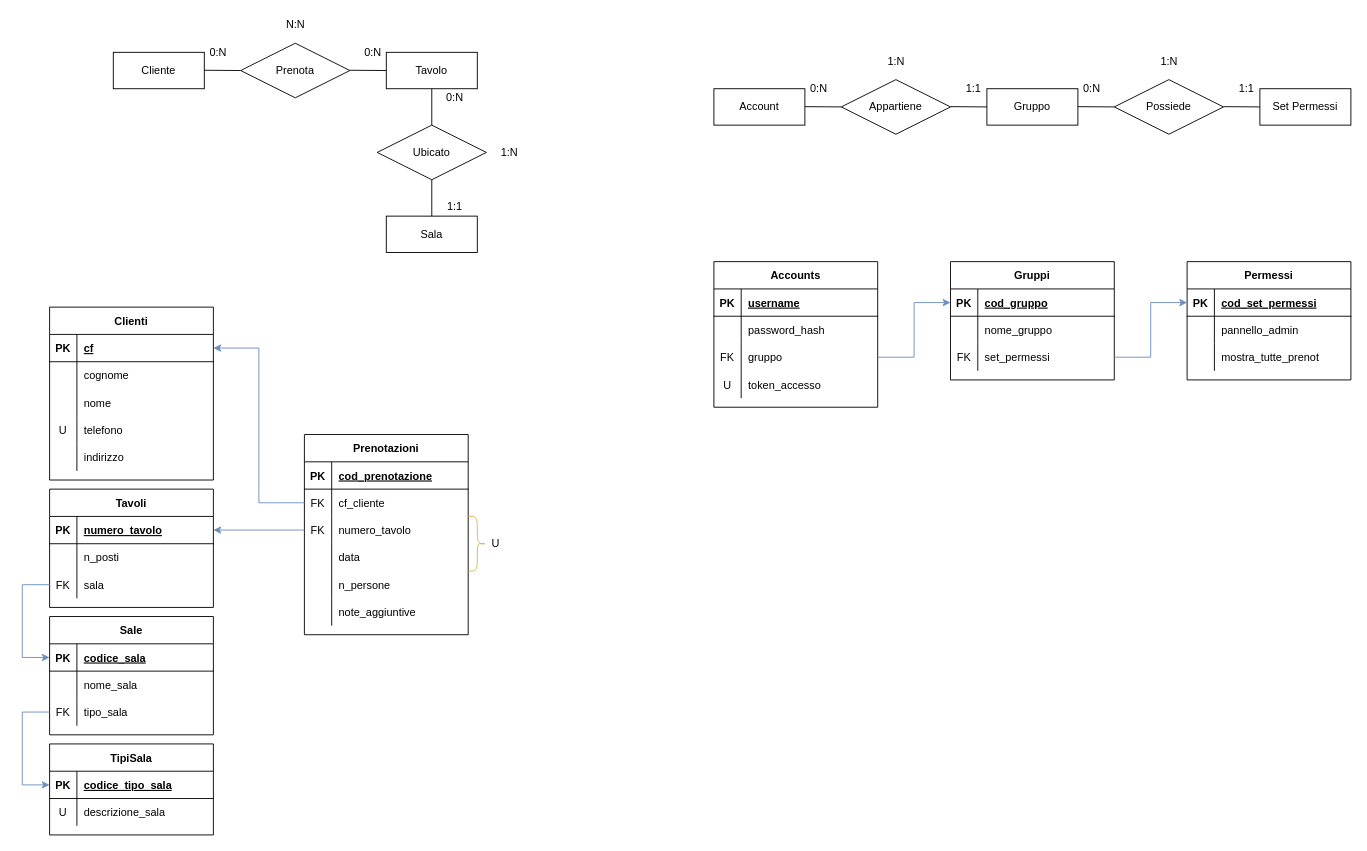
Lexi115/restaurant-app keeps this draw.io diagram as misc/diagrams.drawio. Above is the earlier version. Source tidied: cells renumbered, new cells numbered last; positions are measured from the earlier drawing's top-left corner, leaving out a move shared by most shapes. Both pictures are drawn from the tidied source at 91%, with x=0, y=0 at pixel (22, 15).
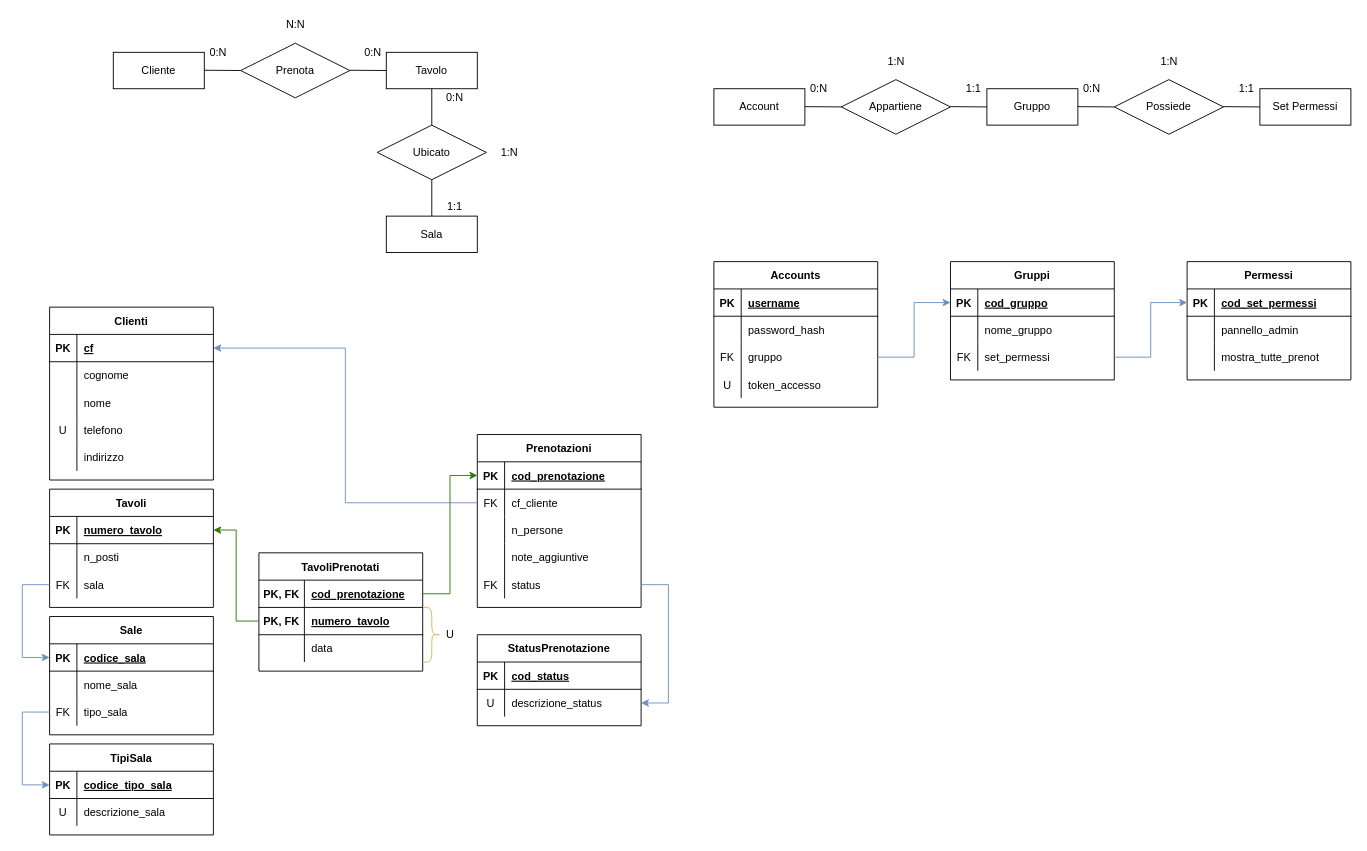
Above is the later version.

The change refers to these unchanged cells:
```xml
<mxCell id="27" style="shape=partialRectangle;fillColor=none;top=0;left=0;bottom=1;right=0;points=[[0,0.5],[1,0.5]];portConstraint=eastwest;" parent="26" vertex="1">
  <mxGeometry y="30" width="180" height="30" as="geometry" />
</mxCell>
<mxCell id="47" style="shape=partialRectangle;fillColor=none;top=0;left=0;bottom=1;right=0;points=[[0,0.5],[1,0.5]];portConstraint=eastwest;" parent="46" vertex="1">
  <mxGeometry y="30" width="180" height="30" as="geometry" />
</mxCell>
```

The edit, as a diff of the source:
```diff
@@
     <mxCell id="46" value="Prenotazioni" style="shape=table;startSize=30;childLayout=tableLayout;rowLines=0;fontStyle=1;align=center;" parent="1" vertex="1">
-      <mxGeometry x="310" y="460" width="180" height="220" as="geometry" />
+      <mxGeometry x="500" y="460" width="180" height="190" as="geometry" />
     </mxCell>
@@
-    <mxCell id="53" style="shape=partialRectangle;fillColor=none;top=0;left=0;bottom=0;right=0;points=[[0,0.5],[1,0.5]];portConstraint=eastwest;" parent="46" vertex="1">
-      <mxGeometry y="90" width="180" height="30" as="geometry" />
-    </mxCell>
-    <mxCell id="54" value="FK" style="shape=partialRectangle;fillColor=none;top=0;left=0;bottom=0;right=0;overflow=hidden;" parent="53" vertex="1">
-      <mxGeometry width="30" height="30" as="geometry" />
-    </mxCell>
-    <mxCell id="55" value="numero_tavolo" style="shape=partialRectangle;fillColor=none;top=0;left=0;bottom=0;right=0;align=left;spacingLeft=6;overflow=hidden;" parent="53" vertex="1">
-      <mxGeometry x="30" width="150" height="30" as="geometry" />
-    </mxCell>
-    <mxCell id="56" style="shape=partialRectangle;fillColor=none;top=0;left=0;bottom=0;right=0;" parent="46" vertex="1">
-      <mxGeometry y="120" width="180" height="30" as="geometry" />
-    </mxCell>
-    <mxCell id="57" style="shape=partialRectangle;fillColor=none;top=0;left=0;bottom=0;right=0;overflow=hidden;" parent="56" vertex="1">
-      <mxGeometry width="30" height="30" as="geometry" />
-    </mxCell>
-    <mxCell id="58" value="data" style="shape=partialRectangle;fillColor=none;top=0;left=0;bottom=0;right=0;align=left;spacingLeft=6;overflow=hidden;" parent="56" vertex="1">
-      <mxGeometry x="30" width="150" height="30" as="geometry" />
-    </mxCell>
     <mxCell id="59" style="shape=partialRectangle;fillColor=none;top=0;left=0;bottom=0;right=0;" parent="46" vertex="1">
-      <mxGeometry y="150" width="180" height="30" as="geometry" />
+      <mxGeometry y="90" width="180" height="30" as="geometry" />
     </mxCell>
@@
     <mxCell id="62" style="shape=partialRectangle;fillColor=none;top=0;left=0;bottom=0;right=0;" parent="46" vertex="1">
-      <mxGeometry y="180" width="180" height="30" as="geometry" />
+      <mxGeometry y="120" width="180" height="30" as="geometry" />
     </mxCell>
@@
-    <mxCell id="65" style="shape=curlyBracket;whiteSpace=wrap;html=1;rounded=1;flipH=1;fillColor=#fff2cc;strokeColor=#d6b656;" parent="1" vertex="1">
-      <mxGeometry x="490" y="550" width="20" height="60" as="geometry" />
-    </mxCell>
-    <mxCell id="66" value="U" style="text;html=1;align=center;verticalAlign=middle;strokeColor=none;" parent="1" vertex="1">
-      <mxGeometry x="510" y="570" width="20" height="20" as="geometry" />
-    </mxCell>
+    <mxCell id="135" style="shape=partialRectangle;fillColor=none;top=0;left=0;bottom=0;right=0;points=[[0,0.5],[1,0.5]];portConstraint=eastwest;" parent="46" vertex="1">
+      <mxGeometry y="150" width="180" height="30" as="geometry" />
+    </mxCell>
+    <mxCell id="54" value="FK" style="shape=partialRectangle;fillColor=none;top=0;left=0;bottom=0;right=0;overflow=hidden;" parent="135" vertex="1">
+      <mxGeometry width="30" height="30" as="geometry" />
+    </mxCell>
+    <mxCell id="136" value="status" style="shape=partialRectangle;fillColor=none;top=0;left=0;bottom=0;right=0;align=left;spacingLeft=6;overflow=hidden;" parent="135" vertex="1">
+      <mxGeometry x="30" width="150" height="30" as="geometry" />
+    </mxCell>
@@
-    <mxCell id="68" style="edgeStyle=orthogonalEdgeStyle;rounded=0;comic=0;sketch=0;jumpStyle=none;html=1;exitX=0;exitY=0.5;exitDx=0;exitDy=0;entryX=1;entryY=0.5;entryDx=0;entryDy=0;strokeColor=#6c8ebf;fillColor=#dae8fc;" parent="1" edge="1" source="53" target="27">
+    <mxCell id="68" style="edgeStyle=orthogonalEdgeStyle;rounded=0;comic=0;sketch=0;jumpStyle=none;html=1;exitX=0;exitY=0.5;exitDx=0;exitDy=0;entryX=1;entryY=0.5;entryDx=0;entryDy=0;strokeColor=#6c8ebf;fillColor=#dae8fc;" parent="1" edge="1" target="27">
       <mxGeometry relative="1" as="geometry" />
     </mxCell>
@@
+    <mxCell id="137" value="TavoliPrenotati" style="shape=table;startSize=30;childLayout=tableLayout;rowLines=0;fontStyle=1;align=center;fillColor=none;" parent="1" vertex="1">
+      <mxGeometry x="260" y="590" width="180" height="130" as="geometry" />
+    </mxCell>
+    <mxCell id="138" style="shape=partialRectangle;fillColor=none;top=0;left=0;bottom=1;right=0;points=[[0,0.5],[1,0.5]];portConstraint=eastwest;" parent="137" vertex="1">
+      <mxGeometry y="30" width="180" height="30" as="geometry" />
+    </mxCell>
+    <mxCell id="139" value="PK, FK" style="shape=partialRectangle;fillColor=none;top=0;left=0;bottom=0;right=0;fontStyle=1;overflow=hidden;" parent="138" vertex="1">
+      <mxGeometry width="50" height="30" as="geometry" />
+    </mxCell>
+    <mxCell id="140" value="cod_prenotazione" style="shape=partialRectangle;fillColor=none;top=0;left=0;bottom=0;right=0;align=left;spacingLeft=6;fontStyle=5;overflow=hidden;" parent="138" vertex="1">
+      <mxGeometry x="50" width="130" height="30" as="geometry" />
+    </mxCell>
+    <mxCell id="141" style="shape=partialRectangle;fillColor=none;top=0;left=0;bottom=1;right=0;points=[[0,0.5],[1,0.5]];portConstraint=eastwest;" parent="137" vertex="1">
+      <mxGeometry y="60" width="180" height="30" as="geometry" />
+    </mxCell>
+    <mxCell id="142" value="PK, FK" style="shape=partialRectangle;fillColor=none;top=0;left=0;bottom=0;right=0;fontStyle=1;overflow=hidden;" parent="141" vertex="1">
+      <mxGeometry width="50" height="30" as="geometry" />
+    </mxCell>
+    <mxCell id="55" value="numero_tavolo" style="shape=partialRectangle;fillColor=none;top=0;left=0;bottom=0;right=0;align=left;spacingLeft=6;fontStyle=5;overflow=hidden;" parent="141" vertex="1">
+      <mxGeometry x="50" width="130" height="30" as="geometry" />
+    </mxCell>
+    <mxCell id="53" style="shape=partialRectangle;fillColor=none;top=0;left=0;bottom=0;right=0;points=[[0,0.5],[1,0.5]];portConstraint=eastwest;" parent="137" vertex="1">
+      <mxGeometry y="90" width="180" height="30" as="geometry" />
+    </mxCell>
+    <mxCell id="143" style="shape=partialRectangle;fillColor=none;top=0;left=0;bottom=0;right=0;overflow=hidden;" parent="53" vertex="1">
+      <mxGeometry width="50" height="30" as="geometry" />
+    </mxCell>
+    <mxCell id="58" value="data" style="shape=partialRectangle;fillColor=none;top=0;left=0;bottom=0;right=0;align=left;spacingLeft=6;overflow=hidden;" parent="53" vertex="1">
+      <mxGeometry x="50" width="130" height="30" as="geometry" />
+    </mxCell>
+    <mxCell id="144" style="shape=curlyBracket;whiteSpace=wrap;html=1;rounded=1;flipH=1;fillColor=#fff2cc;strokeColor=#d6b656;" parent="1" vertex="1">
+      <mxGeometry x="440" y="650" width="20" height="60" as="geometry" />
+    </mxCell>
+    <mxCell id="66" value="U" style="text;html=1;align=center;verticalAlign=middle;strokeColor=none;" parent="1" vertex="1">
+      <mxGeometry x="460" y="670" width="20" height="20" as="geometry" />
+    </mxCell>
+    <mxCell id="145" style="edgeStyle=orthogonalEdgeStyle;html=1;exitX=1;exitY=0.5;exitDx=0;exitDy=0;entryX=0;entryY=0.5;entryDx=0;entryDy=0;rounded=0;fillColor=#60a917;strokeColor=#2D7600;" parent="1" edge="1" source="138" target="47">
+      <mxGeometry relative="1" as="geometry" />
+    </mxCell>
+    <mxCell id="146" style="edgeStyle=orthogonalEdgeStyle;rounded=0;html=1;exitX=0;exitY=0.5;exitDx=0;exitDy=0;entryX=1;entryY=0.5;entryDx=0;entryDy=0;fillColor=#60a917;strokeColor=#2D7600;" parent="1" edge="1" source="141" target="27">
+      <mxGeometry relative="1" as="geometry" />
+    </mxCell>
+    <mxCell id="147" value="StatusPrenotazione" style="shape=table;startSize=30;childLayout=tableLayout;rowLines=0;fontStyle=1;align=center;" parent="1" vertex="1">
+      <mxGeometry x="500" y="680" width="180" height="100" as="geometry" />
+    </mxCell>
+    <mxCell id="148" style="shape=partialRectangle;fillColor=none;top=0;left=0;bottom=1;right=0;" parent="147" vertex="1">
+      <mxGeometry y="30" width="180" height="30" as="geometry" />
+    </mxCell>
+    <mxCell id="149" value="PK" style="shape=partialRectangle;fillColor=none;top=0;left=0;bottom=0;right=0;fontStyle=1;overflow=hidden;" parent="148" vertex="1">
+      <mxGeometry width="30" height="30" as="geometry" />
+    </mxCell>
+    <mxCell id="150" value="cod_status" style="shape=partialRectangle;fillColor=none;top=0;left=0;bottom=0;right=0;align=left;spacingLeft=6;fontStyle=5;overflow=hidden;" parent="148" vertex="1">
+      <mxGeometry x="30" width="150" height="30" as="geometry" />
+    </mxCell>
+    <mxCell id="151" style="shape=partialRectangle;fillColor=none;top=0;left=0;bottom=0;right=0;points=[[0,0.5],[1,0.5]];portConstraint=eastwest;" parent="147" vertex="1">
+      <mxGeometry y="60" width="180" height="30" as="geometry" />
+    </mxCell>
+    <mxCell id="152" value="U" style="shape=partialRectangle;fillColor=none;top=0;left=0;bottom=0;right=0;overflow=hidden;" parent="151" vertex="1">
+      <mxGeometry width="30" height="30" as="geometry" />
+    </mxCell>
+    <mxCell id="153" value="descrizione_status" style="shape=partialRectangle;fillColor=none;top=0;left=0;bottom=0;right=0;align=left;spacingLeft=6;overflow=hidden;" parent="151" vertex="1">
+      <mxGeometry x="30" width="150" height="30" as="geometry" />
+    </mxCell>
+    <mxCell id="154" style="edgeStyle=orthogonalEdgeStyle;rounded=0;html=1;exitX=1;exitY=0.5;exitDx=0;exitDy=0;fillColor=#1ba1e2;strokeColor=#6C8EBF;" parent="1" edge="1" source="135" target="151">
+      <mxGeometry relative="1" as="geometry">
+        <Array as="points">
+          <mxPoint x="710" y="625" />
+          <mxPoint x="710" y="755" />
+        </Array>
+      </mxGeometry>
+    </mxCell>
```
